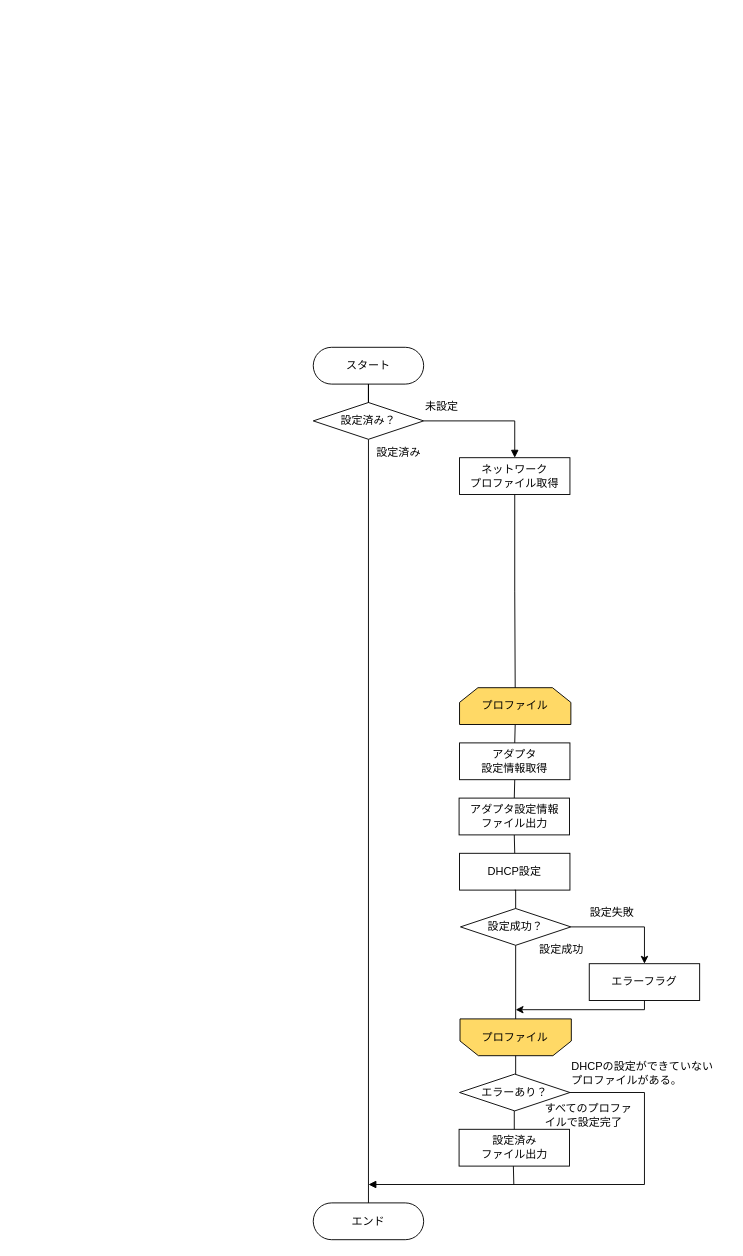
This is dhcp切り替えスクリプト.drawio from reizo0901/Doc, a draw.io file, before an edit. Source tidied: cells renumbered, new cells numbered last; positions are measured from the earlier drawing's top-left corner, leaving out a move shared by most shapes. Both pictures are drawn from the tidied source at 92%, with x=0, y=0 at pixel (313, 347).
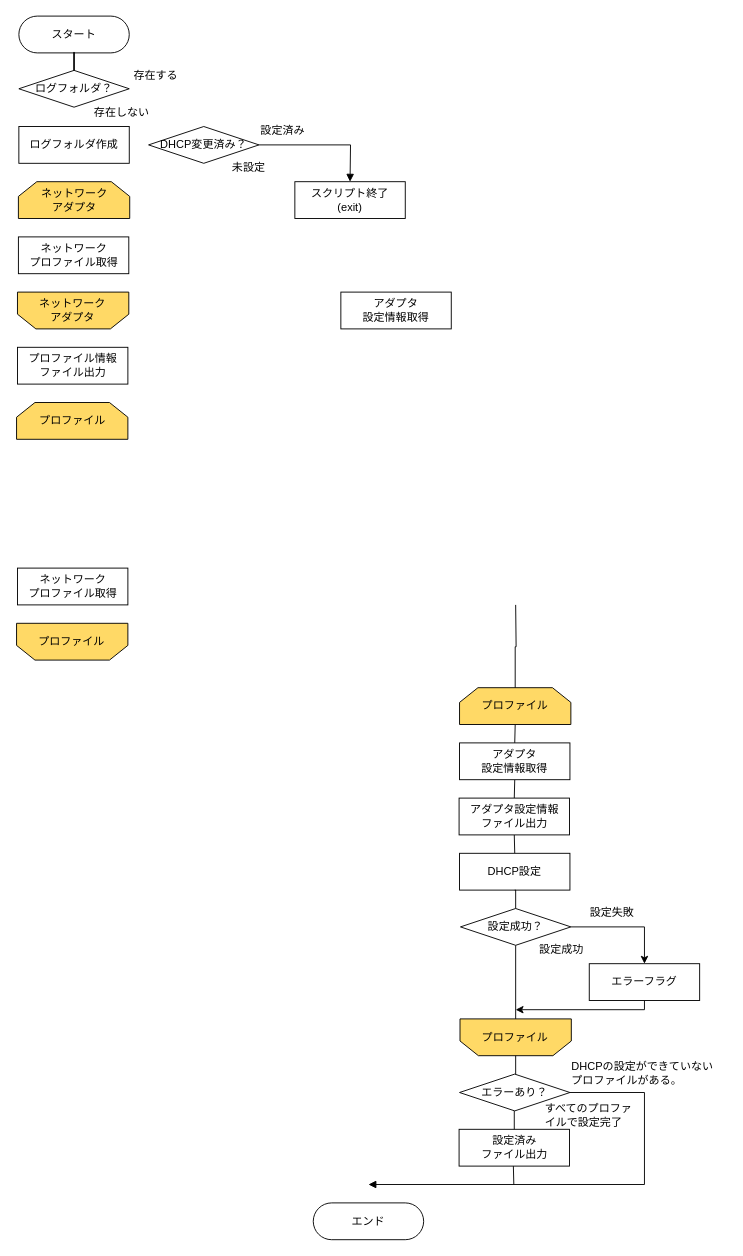
After the change.

Commit message (it also covers changes not shown here):
dhcp切り替えスクリプト.drawio を更新します

Unchanged cells that the change refers to:
```xml
<mxCell id="15" value="エンド" style="rounded=1;whiteSpace=wrap;html=1;arcSize=50;" parent="1" vertex="1">
  <mxGeometry y="930" width="120" height="40" as="geometry" />
</mxCell>
<mxCell id="24" value="プロファイル" style="shape=loopLimit;whiteSpace=wrap;html=1;fillColor=#FFD966;" parent="1" vertex="1">
  <mxGeometry x="159" y="370" width="121" height="40" as="geometry" />
</mxCell>
```

The edit, as a diff of the source:
```diff
@@
-    <mxCell id="2" style="edgeStyle=orthogonalEdgeStyle;rounded=0;jettySize=auto;html=1;entryX=0.5;entryY=0;entryDx=0;entryDy=0;endArrow=none;endFill=0;exitX=0.5;exitY=1;exitDx=0;exitDy=0;" parent="1" edge="1" source="17" target="15">
-      <mxGeometry relative="1" as="geometry" />
-    </mxCell>
     <mxCell id="3" value="スタート" style="rounded=1;whiteSpace=wrap;html=1;arcSize=50;" parent="1" vertex="1">
-      <mxGeometry width="120" height="40" as="geometry" />
+      <mxGeometry x="-320" y="-360" width="120" height="40" as="geometry" />
     </mxCell>
@@
-    <mxCell id="5" value="ネットワーク&lt;br&gt;プロファイル取得" style="rounded=0;whiteSpace=wrap;html=1;" parent="1" vertex="1">
-      <mxGeometry x="159" y="120" width="120" height="40" as="geometry" />
-    </mxCell>
@@
-    <mxCell id="17" value="設定済み？" style="rhombus;whiteSpace=wrap;html=1;" parent="1" vertex="1">
-      <mxGeometry y="60" width="120" height="40" as="geometry" />
+    <mxCell id="17" value="DHCP変更済み？" style="rhombus;whiteSpace=wrap;html=1;" parent="1" vertex="1">
+      <mxGeometry x="-179" y="-240" width="120" height="40" as="geometry" />
     </mxCell>
-    <mxCell id="18" style="edgeStyle=orthogonalEdgeStyle;rounded=0;jettySize=auto;html=1;entryX=0.5;entryY=0;entryDx=0;entryDy=0;endArrow=none;endFill=0;" parent="1" edge="1" source="3" target="17">
+    <mxCell id="18" style="edgeStyle=orthogonalEdgeStyle;rounded=0;jettySize=auto;html=1;entryX=0.5;entryY=0;entryDx=0;entryDy=0;endArrow=none;endFill=0;" parent="1" edge="1" source="3" target="36">
       <mxGeometry relative="1" as="geometry" />
     </mxCell>
-    <mxCell id="19" style="endArrow=block;html=1;rounded=0;edgeStyle=orthogonalEdgeStyle;endFill=1;" parent="1" edge="1" source="17" target="5">
-      <mxGeometry relative="1" as="geometry" />
+    <mxCell id="19" style="endArrow=block;html=1;rounded=0;edgeStyle=orthogonalEdgeStyle;endFill=1;" parent="1" edge="1" source="17">
+      <mxGeometry relative="1" as="geometry">
+        <mxPoint x="40" y="-180" as="targetPoint" />
+      </mxGeometry>
     </mxCell>
-    <mxCell id="20" value="未設定" style="text;html=1;strokeColor=none;fillColor=none;align=left;verticalAlign=middle;whiteSpace=wrap;rounded=0;" parent="1" vertex="1">
-      <mxGeometry x="120" y="50" width="60" height="30" as="geometry" />
+    <mxCell id="20" value="設定済み" style="text;html=1;strokeColor=none;fillColor=none;align=left;verticalAlign=middle;whiteSpace=wrap;rounded=0;" parent="1" vertex="1">
+      <mxGeometry x="-59" y="-250" width="60" height="30" as="geometry" />
     </mxCell>
-    <mxCell id="21" value="設定済み" style="text;html=1;strokeColor=none;fillColor=none;align=left;verticalAlign=middle;whiteSpace=wrap;rounded=0;" parent="1" vertex="1">
-      <mxGeometry x="67" y="100" width="60" height="30" as="geometry" />
+    <mxCell id="21" value="未設定" style="text;html=1;strokeColor=none;fillColor=none;align=left;verticalAlign=middle;whiteSpace=wrap;rounded=0;" parent="1" vertex="1">
+      <mxGeometry x="-90" y="-210" width="60" height="30" as="geometry" />
     </mxCell>
@@
-    <mxCell id="25" style="edgeStyle=orthogonalEdgeStyle;rounded=0;jettySize=auto;html=1;endArrow=none;endFill=0;exitX=0.5;exitY=1;exitDx=0;exitDy=0;" parent="1" edge="1" source="5" target="24">
-      <mxGeometry relative="1" as="geometry" />
+    <mxCell id="25" style="edgeStyle=orthogonalEdgeStyle;rounded=0;jettySize=auto;html=1;endArrow=none;endFill=0;" parent="1" edge="1" target="24">
+      <mxGeometry relative="1" as="geometry">
+        <mxPoint x="220" y="280" as="sourcePoint" />
+      </mxGeometry>
     </mxCell>
@@
+    <mxCell id="36" value="ログフォルダ？" style="rhombus;whiteSpace=wrap;html=1;" parent="1" vertex="1">
+      <mxGeometry x="-320" y="-301" width="120" height="40" as="geometry" />
+    </mxCell>
+    <mxCell id="37" value="存在しない" style="text;html=1;strokeColor=none;fillColor=none;align=left;verticalAlign=middle;whiteSpace=wrap;rounded=0;" parent="1" vertex="1">
+      <mxGeometry x="-240" y="-270" width="70" height="30" as="geometry" />
+    </mxCell>
+    <mxCell id="38" value="存在する" style="text;html=1;strokeColor=none;fillColor=none;align=left;verticalAlign=middle;whiteSpace=wrap;rounded=0;" parent="1" vertex="1">
+      <mxGeometry x="-197" y="-310" width="60" height="30" as="geometry" />
+    </mxCell>
+    <mxCell id="39" value="アダプタ&lt;br&gt;設定情報取得" style="rounded=0;whiteSpace=wrap;html=1;" parent="1" vertex="1">
+      <mxGeometry x="30" y="-60" width="120" height="40" as="geometry" />
+    </mxCell>
+    <mxCell id="40" value="スクリプト終了&lt;br&gt;(exit)" style="rounded=0;whiteSpace=wrap;html=1;" parent="1" vertex="1">
+      <mxGeometry x="-20" y="-180" width="120" height="40" as="geometry" />
+    </mxCell>
+    <mxCell id="41" value="ログフォルダ作成" style="rounded=0;whiteSpace=wrap;html=1;" parent="1" vertex="1">
+      <mxGeometry x="-320" y="-240" width="120" height="40" as="geometry" />
+    </mxCell>
+    <mxCell id="42" value="ネットワーク&lt;br&gt;アダプタ" style="shape=loopLimit;whiteSpace=wrap;html=1;fillColor=#FFD966;" parent="1" vertex="1">
+      <mxGeometry x="-320.5" y="-180" width="121" height="40" as="geometry" />
+    </mxCell>
+    <mxCell id="43" value="ネットワーク&lt;br&gt;プロファイル取得" style="rounded=0;whiteSpace=wrap;html=1;" parent="1" vertex="1">
+      <mxGeometry x="-320.5" y="-120" width="120" height="40" as="geometry" />
+    </mxCell>
+    <mxCell id="44" value="プロファイル情報&lt;br&gt;ファイル出力" style="rounded=0;whiteSpace=wrap;html=1;" parent="1" vertex="1">
+      <mxGeometry x="-321.5" width="120" height="40" as="geometry" />
+    </mxCell>
+    <mxCell id="45" style="shape=loopLimit;whiteSpace=wrap;html=1;rotation=-180;verticalAlign=middle;fillColor=#FFD966;" parent="1" vertex="1">
+      <mxGeometry x="-321.5" y="-60" width="121" height="40" as="geometry" />
+    </mxCell>
+    <mxCell id="46" value="ネットワーク&lt;br&gt;アダプタ" style="text;html=1;strokeColor=none;fillColor=none;align=center;verticalAlign=middle;whiteSpace=wrap;rounded=0;" parent="1" vertex="1">
+      <mxGeometry x="-302" y="-55" width="81" height="30" as="geometry" />
+    </mxCell>
+    <mxCell id="47" value="プロファイル" style="shape=loopLimit;whiteSpace=wrap;html=1;fillColor=#FFD966;" parent="1" vertex="1">
+      <mxGeometry x="-322.5" y="60" width="121" height="40" as="geometry" />
+    </mxCell>
+    <mxCell id="48" value="ネットワーク&lt;br&gt;プロファイル取得" style="rounded=0;whiteSpace=wrap;html=1;" parent="1" vertex="1">
+      <mxGeometry x="-321.5" y="240" width="120" height="40" as="geometry" />
+    </mxCell>
+    <mxCell id="49" style="shape=loopLimit;whiteSpace=wrap;html=1;rotation=-180;verticalAlign=middle;fillColor=#FFD966;" parent="1" vertex="1">
+      <mxGeometry x="-322.5" y="300" width="121" height="40" as="geometry" />
+    </mxCell>
+    <mxCell id="50" value="プロファイル" style="text;html=1;strokeColor=none;fillColor=none;align=center;verticalAlign=middle;whiteSpace=wrap;rounded=0;" parent="1" vertex="1">
+      <mxGeometry x="-303" y="305" width="81" height="30" as="geometry" />
+    </mxCell>
```
